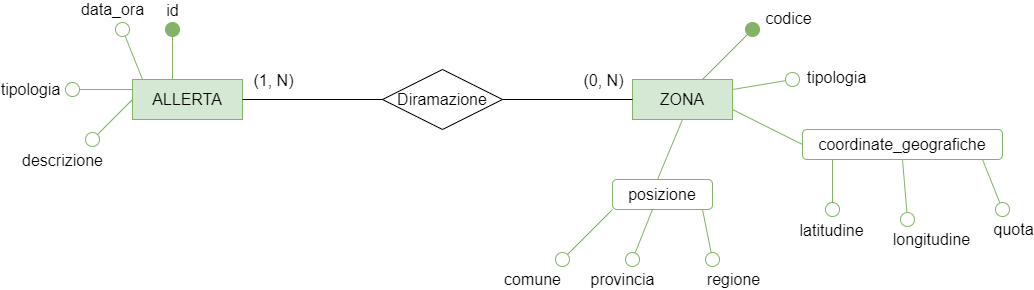
Earlier version of the draw.io export diagrammi e-r/Diag. Segnalazione.png (faffolao/ProgettoBD2022). Source tidied: cells renumbered, new cells last; positions are measured from the earlier drawing's top-left corner, leaving out a move shared by most shapes.
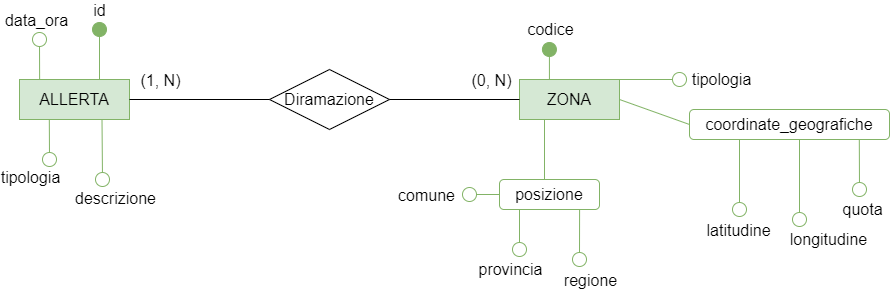
The same file after the commit.

Diff of the diagram source:
```diff
@@ -7,8 +7,8 @@
     </mxCell>
     <mxCell id="3" style="endArrow=oval;html=1;strokeColor=#82b366;strokeWidth=1;fontSize=12;startSize=14;endSize=14;endFill=1;fillColor=#d5e8d4;" parent="1" edge="1">
       <mxGeometry relative="1" as="geometry">
-        <mxPoint x="100" y="50" as="sourcePoint" />
-        <mxPoint x="100" as="targetPoint" />
+        <mxPoint x="140" y="50" as="sourcePoint" />
+        <mxPoint x="140" as="targetPoint" />
       </mxGeometry>
     </mxCell>
     <mxCell id="4" value="id" style="edgeLabel;html=1;align=center;verticalAlign=middle;fontSize=16;" parent="3" vertex="1">
@@ -16,37 +16,34 @@
         <mxPoint y="-32" as="offset" />
       </mxGeometry>
     </mxCell>
-    <mxCell id="5" style="endArrow=oval;html=1;strokeColor=#82b366;strokeWidth=1;fontSize=12;startSize=14;endSize=14;endFill=0;fillColor=#d5e8d4;" parent="1" edge="1">
+    <mxCell id="5" style="endArrow=oval;html=1;strokeColor=#82b366;strokeWidth=1;fontSize=12;startSize=14;endSize=14;endFill=0;fillColor=#d5e8d4;exitX=0.183;exitY=-0.005;exitDx=0;exitDy=0;exitPerimeter=0;" parent="1" edge="1" source="2">
       <mxGeometry relative="1" as="geometry">
-        <mxPoint x="70" y="50" as="sourcePoint" />
-        <mxPoint x="50" as="targetPoint" />
+        <mxPoint x="80" y="10" as="targetPoint" />
       </mxGeometry>
     </mxCell>
     <mxCell id="6" value="data_ora" style="edgeLabel;html=1;align=center;verticalAlign=middle;fontSize=16;" parent="5" vertex="1">
       <mxGeometry x="0.49" y="-3" relative="1" as="geometry">
-        <mxPoint x="-18" y="-32" as="offset" />
+        <mxPoint x="-7" y="-30" as="offset" />
       </mxGeometry>
     </mxCell>
-    <mxCell id="7" style="endArrow=none;html=1;strokeColor=#82b366;strokeWidth=1;fontSize=12;startSize=14;endSize=14;startArrow=oval;startFill=0;fillColor=#d5e8d4;" parent="1" edge="1">
+    <mxCell id="7" style="endArrow=none;html=1;strokeColor=#82b366;strokeWidth=1;fontSize=12;startSize=14;endSize=14;startArrow=oval;startFill=0;fillColor=#d5e8d4;entryX=0.271;entryY=1.007;entryDx=0;entryDy=0;entryPerimeter=0;" parent="1" edge="1" target="2">
       <mxGeometry relative="1" as="geometry">
-        <mxPoint y="60" as="sourcePoint" />
-        <mxPoint x="60" y="60" as="targetPoint" />
+        <mxPoint x="90" y="130" as="sourcePoint" />
       </mxGeometry>
     </mxCell>
     <mxCell id="8" value="tipologia" style="edgeLabel;html=1;align=center;verticalAlign=middle;fontSize=16;" parent="7" vertex="1">
       <mxGeometry x="0.33" y="3" relative="1" as="geometry">
-        <mxPoint x="-83" y="2" as="offset" />
+        <mxPoint x="-17" y="44" as="offset" />
       </mxGeometry>
     </mxCell>
-    <mxCell id="9" style="endArrow=none;html=1;strokeColor=#82b366;strokeWidth=1;fontSize=12;startSize=14;endSize=14;startArrow=oval;startFill=0;fillColor=#d5e8d4;" parent="1" edge="1">
+    <mxCell id="9" style="endArrow=none;html=1;strokeColor=#82b366;strokeWidth=1;fontSize=12;startSize=14;endSize=14;startArrow=oval;startFill=0;fillColor=#d5e8d4;entryX=0.75;entryY=1;entryDx=0;entryDy=0;" parent="1" edge="1" target="2">
       <mxGeometry relative="1" as="geometry">
-        <mxPoint x="20" y="110" as="sourcePoint" />
-        <mxPoint x="60" y="70" as="targetPoint" />
+        <mxPoint x="143" y="150" as="sourcePoint" />
       </mxGeometry>
     </mxCell>
     <mxCell id="10" value="descrizione" style="edgeLabel;html=1;align=center;verticalAlign=middle;fontSize=16;" parent="9" vertex="1">
       <mxGeometry x="0.48" y="3" relative="1" as="geometry">
-        <mxPoint x="-58" y="52" as="offset" />
+        <mxPoint x="16" y="63" as="offset" />
       </mxGeometry>
     </mxCell>
     <mxCell id="11" value="ZONA" style="whiteSpace=wrap;html=1;align=center;fontSize=16;fillColor=#d5e8d4;strokeColor=#82b366;" parent="1" vertex="1">
@@ -71,107 +68,100 @@
     <mxCell id="16" value="Diramazione" style="shape=rhombus;perimeter=rhombusPerimeter;whiteSpace=wrap;html=1;align=center;fontSize=16;fillColor=none;" parent="1" vertex="1">
       <mxGeometry x="310" y="40" width="120" height="60" as="geometry" />
     </mxCell>
-    <mxCell id="17" style="endArrow=oval;html=1;strokeColor=#82b366;strokeWidth=1;fontSize=12;startSize=14;endSize=14;endFill=1;fillColor=#d5e8d4;" parent="1" edge="1">
+    <mxCell id="17" style="endArrow=oval;html=1;strokeColor=#82b366;strokeWidth=1;fontSize=12;startSize=14;endSize=14;endFill=1;fillColor=#d5e8d4;exitX=0.25;exitY=0;exitDx=0;exitDy=0;" parent="1" edge="1">
       <mxGeometry relative="1" as="geometry">
-        <mxPoint x="630" y="50" as="sourcePoint" />
-        <mxPoint x="680" as="targetPoint" />
+        <mxPoint x="589.9" y="50" as="sourcePoint" />
+        <mxPoint x="589.9" y="20" as="targetPoint" />
       </mxGeometry>
     </mxCell>
     <mxCell id="18" value="codice" style="edgeLabel;html=1;align=center;verticalAlign=middle;fontSize=16;" parent="17" vertex="1">
       <mxGeometry x="0.4" y="2" relative="1" as="geometry">
-        <mxPoint x="52" y="-25" as="offset" />
+        <mxPoint x="2" y="-29" as="offset" />
       </mxGeometry>
     </mxCell>
-    <mxCell id="19" style="endArrow=oval;html=1;strokeColor=#82b366;strokeWidth=1;fontSize=12;startSize=14;endSize=14;endFill=0;fillColor=#d5e8d4;" parent="1" edge="1">
+    <mxCell id="19" style="endArrow=oval;html=1;strokeColor=#82b366;strokeWidth=1;fontSize=12;startSize=14;endSize=14;endFill=0;fillColor=#d5e8d4;exitX=1;exitY=0;exitDx=0;exitDy=0;" parent="1" edge="1" source="11">
       <mxGeometry relative="1" as="geometry">
-        <mxPoint x="660" y="60" as="sourcePoint" />
         <mxPoint x="720" y="50" as="targetPoint" />
       </mxGeometry>
     </mxCell>
     <mxCell id="20" value="tipologia" style="edgeLabel;html=1;align=center;verticalAlign=middle;fontSize=16;" parent="19" vertex="1">
       <mxGeometry x="0.44" y="-2" relative="1" as="geometry">
-        <mxPoint x="60" y="-7" as="offset" />
+        <mxPoint x="58" y="-3" as="offset" />
       </mxGeometry>
     </mxCell>
     <mxCell id="21" value="coordinate_geografiche" style="rounded=1;whiteSpace=wrap;html=1;fontSize=16;fillColor=none;strokeColor=#82b366;" parent="1" vertex="1">
-      <mxGeometry x="730" y="100" width="200" height="30" as="geometry" />
+      <mxGeometry x="730" y="80" width="200" height="30" as="geometry" />
     </mxCell>
-    <mxCell id="22" style="endArrow=none;html=1;strokeColor=#82b366;strokeWidth=1;fontSize=12;startSize=14;endSize=14;exitX=0;exitY=0.5;exitDx=0;exitDy=0;fillColor=#d5e8d4;" parent="1" edge="1" source="21">
-      <mxGeometry relative="1" as="geometry">
-        <mxPoint x="660" y="80" as="targetPoint" />
-      </mxGeometry>
+    <mxCell id="22" style="endArrow=none;html=1;strokeColor=#82b366;strokeWidth=1;fontSize=12;startSize=14;endSize=14;exitX=0;exitY=0.5;exitDx=0;exitDy=0;fillColor=#d5e8d4;entryX=1;entryY=0.5;entryDx=0;entryDy=0;" parent="1" edge="1" source="21" target="11">
+      <mxGeometry relative="1" as="geometry" />
     </mxCell>
-    <mxCell id="23" style="endArrow=none;html=1;strokeColor=#82b366;strokeWidth=1;fontSize=12;startSize=14;endSize=14;endFill=0;startArrow=oval;startFill=0;fillColor=#d5e8d4;" parent="1" edge="1">
+    <mxCell id="23" style="endArrow=none;html=1;strokeColor=#82b366;strokeWidth=1;fontSize=12;startSize=14;endSize=14;endFill=0;startArrow=oval;startFill=0;fillColor=#d5e8d4;entryX=0.25;entryY=1;entryDx=0;entryDy=0;" parent="1" edge="1" target="21">
       <mxGeometry relative="1" as="geometry">
-        <mxPoint x="760" y="180" as="sourcePoint" />
-        <mxPoint x="760" y="130" as="targetPoint" />
+        <mxPoint x="780" y="180" as="sourcePoint" />
       </mxGeometry>
     </mxCell>
     <mxCell id="24" value="latitudine" style="edgeLabel;html=1;align=center;verticalAlign=middle;fontSize=16;" parent="23" vertex="1">
       <mxGeometry x="0.53" y="2" relative="1" as="geometry">
-        <mxPoint y="58" as="offset" />
+        <mxPoint y="73" as="offset" />
       </mxGeometry>
     </mxCell>
-    <mxCell id="25" style="endArrow=none;html=1;strokeColor=#82b366;strokeWidth=1;fontSize=12;startSize=14;endSize=14;startArrow=oval;startFill=0;entryX=0.5;entryY=1;entryDx=0;entryDy=0;fillColor=#d5e8d4;" parent="1" edge="1" target="21">
+    <mxCell id="25" style="endArrow=none;html=1;strokeColor=#82b366;strokeWidth=1;fontSize=12;startSize=14;endSize=14;startArrow=oval;startFill=0;entryX=0.55;entryY=1.012;entryDx=0;entryDy=0;fillColor=#d5e8d4;entryPerimeter=0;" parent="1" edge="1" target="21">
       <mxGeometry relative="1" as="geometry">
-        <mxPoint x="835" y="190" as="sourcePoint" />
+        <mxPoint x="840" y="190" as="sourcePoint" />
       </mxGeometry>
     </mxCell>
     <mxCell id="26" value="longitudine" style="edgeLabel;html=1;align=center;verticalAlign=middle;fontSize=16;" parent="25" vertex="1">
       <mxGeometry x="0.66" y="3" relative="1" as="geometry">
-        <mxPoint x="31" y="69" as="offset" />
+        <mxPoint x="31" y="86" as="offset" />
       </mxGeometry>
     </mxCell>
-    <mxCell id="27" style="endArrow=none;html=1;strokeColor=#82b366;strokeWidth=1;fontSize=12;startSize=14;endSize=14;startArrow=oval;startFill=0;fillColor=#d5e8d4;" parent="1" edge="1">
+    <mxCell id="27" style="endArrow=none;html=1;strokeColor=#82b366;strokeWidth=1;fontSize=12;startSize=14;endSize=14;startArrow=oval;startFill=0;fillColor=#d5e8d4;entryX=0.849;entryY=1.002;entryDx=0;entryDy=0;entryPerimeter=0;" parent="1" edge="1" target="21">
       <mxGeometry relative="1" as="geometry">
-        <mxPoint x="930" y="180" as="sourcePoint" />
-        <mxPoint x="910" y="130" as="targetPoint" />
+        <mxPoint x="900" y="160" as="sourcePoint" />
       </mxGeometry>
     </mxCell>
     <mxCell id="28" value="quota" style="edgeLabel;html=1;align=center;verticalAlign=middle;fontSize=16;" parent="27" vertex="1">
       <mxGeometry x="-0.45" y="-2" relative="1" as="geometry">
-        <mxPoint x="14" y="34" as="offset" />
+        <mxPoint y="33" as="offset" />
       </mxGeometry>
     </mxCell>
     <mxCell id="29" value="posizione" style="rounded=1;whiteSpace=wrap;html=1;fontSize=16;fillColor=none;strokeColor=#82b366;" parent="1" vertex="1">
       <mxGeometry x="540" y="150" width="100" height="30" as="geometry" />
     </mxCell>
-    <mxCell id="30" style="endArrow=none;html=1;strokeColor=#82b366;strokeWidth=1;fontSize=12;startSize=14;endSize=14;entryX=0.5;entryY=1;entryDx=0;entryDy=0;fillColor=#d5e8d4;" parent="1" edge="1" target="11">
+    <mxCell id="30" style="endArrow=none;html=1;strokeColor=#82b366;strokeWidth=1;fontSize=12;startSize=14;endSize=14;entryX=0.25;entryY=1;entryDx=0;entryDy=0;fillColor=#d5e8d4;" parent="1" edge="1" target="11">
       <mxGeometry relative="1" as="geometry">
         <mxPoint x="585" y="150" as="sourcePoint" />
       </mxGeometry>
     </mxCell>
-    <mxCell id="31" style="endArrow=none;html=1;strokeColor=#82b366;strokeWidth=1;fontSize=12;startSize=14;endSize=14;startArrow=oval;startFill=0;fillColor=#d5e8d4;" parent="1" edge="1">
+    <mxCell id="31" style="endArrow=none;html=1;strokeColor=#82b366;strokeWidth=1;fontSize=12;startSize=14;endSize=14;startArrow=oval;startFill=0;fillColor=#d5e8d4;entryX=0;entryY=0.5;entryDx=0;entryDy=0;" parent="1" edge="1" target="29">
       <mxGeometry relative="1" as="geometry">
-        <mxPoint x="490" y="230" as="sourcePoint" />
-        <mxPoint x="540" y="180" as="targetPoint" />
+        <mxPoint x="510" y="165" as="sourcePoint" />
       </mxGeometry>
     </mxCell>
     <mxCell id="32" value="comune" style="edgeLabel;html=1;align=center;verticalAlign=middle;fontSize=16;" parent="31" vertex="1">
       <mxGeometry x="0.38" y="1" relative="1" as="geometry">
-        <mxPoint x="-64" y="55" as="offset" />
+        <mxPoint x="-64" y="1" as="offset" />
       </mxGeometry>
     </mxCell>
     <mxCell id="33" style="endArrow=none;html=1;strokeColor=#82b366;strokeWidth=1;fontSize=12;startSize=14;endSize=14;startArrow=oval;startFill=0;fillColor=#d5e8d4;" parent="1" edge="1">
       <mxGeometry relative="1" as="geometry">
-        <mxPoint x="560" y="230" as="sourcePoint" />
-        <mxPoint x="580" y="180" as="targetPoint" />
+        <mxPoint x="560" y="220" as="sourcePoint" />
+        <mxPoint x="560" y="180" as="targetPoint" />
       </mxGeometry>
     </mxCell>
     <mxCell id="34" value="provincia" style="edgeLabel;html=1;align=center;verticalAlign=middle;fontSize=16;" parent="33" vertex="1">
       <mxGeometry x="0.53" y="-5" relative="1" as="geometry">
-        <mxPoint x="-30" y="56" as="offset" />
+        <mxPoint x="-15" y="49" as="offset" />
       </mxGeometry>
     </mxCell>
-    <mxCell id="35" style="endArrow=none;html=1;strokeColor=#82b366;strokeWidth=1;fontSize=12;startSize=14;endSize=14;startArrow=oval;startFill=0;fillColor=#d5e8d4;" parent="1" edge="1">
+    <mxCell id="35" style="endArrow=none;html=1;strokeColor=#82b366;strokeWidth=1;fontSize=12;startSize=14;endSize=14;startArrow=oval;startFill=0;fillColor=#d5e8d4;entryX=0.801;entryY=1.01;entryDx=0;entryDy=0;entryPerimeter=0;" parent="1" edge="1" target="29">
       <mxGeometry relative="1" as="geometry">
-        <mxPoint x="640" y="230" as="sourcePoint" />
-        <mxPoint x="630" y="180" as="targetPoint" />
+        <mxPoint x="620" y="230" as="sourcePoint" />
       </mxGeometry>
     </mxCell>
     <mxCell id="36" value="regione" style="edgeLabel;html=1;align=center;verticalAlign=middle;fontSize=16;" parent="35" vertex="1">
       <mxGeometry x="0.54" y="-1" relative="1" as="geometry">
-        <mxPoint x="27" y="58" as="offset" />
+        <mxPoint x="9" y="58" as="offset" />
       </mxGeometry>
     </mxCell>
   </root>
```
